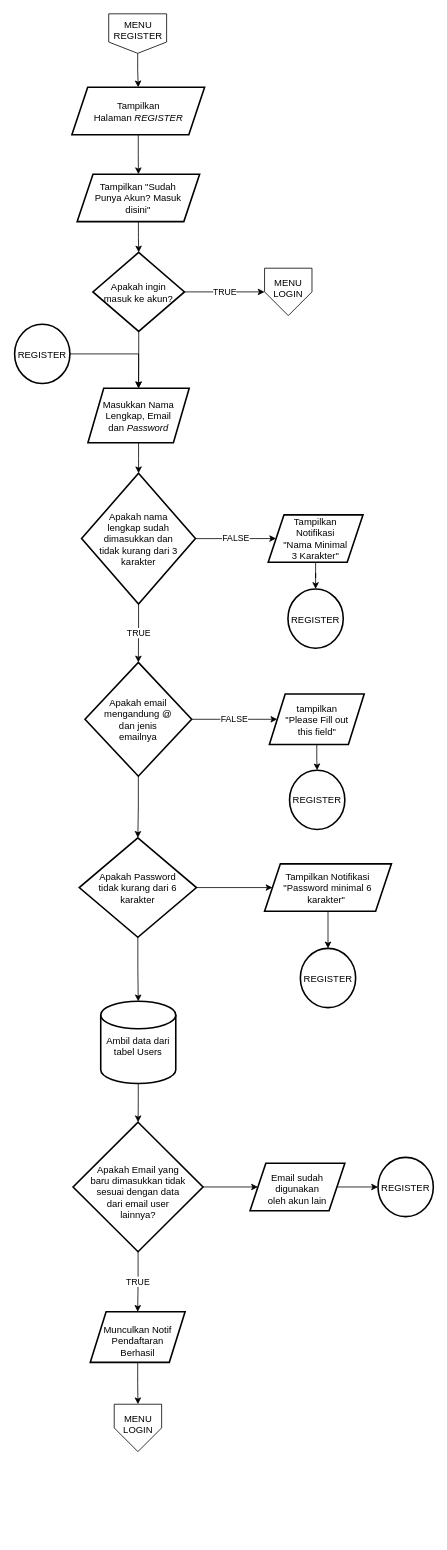
pangeranvalerensco-maker/STRUKTURA---SISTEM-MANAJEMEN-ORGANISASI-BERBASIS-ALUR-KEPUTUSAN keeps this draw.io diagram as page "MENU REGISTER" (3 of 11) of struktura.drawio. Above is the earlier version. Source tidied: cells renumbered, new cells numbered last; positions are measured from the earlier drawing's top-left corner, leaving out a move shared by most shapes. Both pictures are drawn from the tidied source at 79%, with x=0, y=0 at pixel (14, 13).
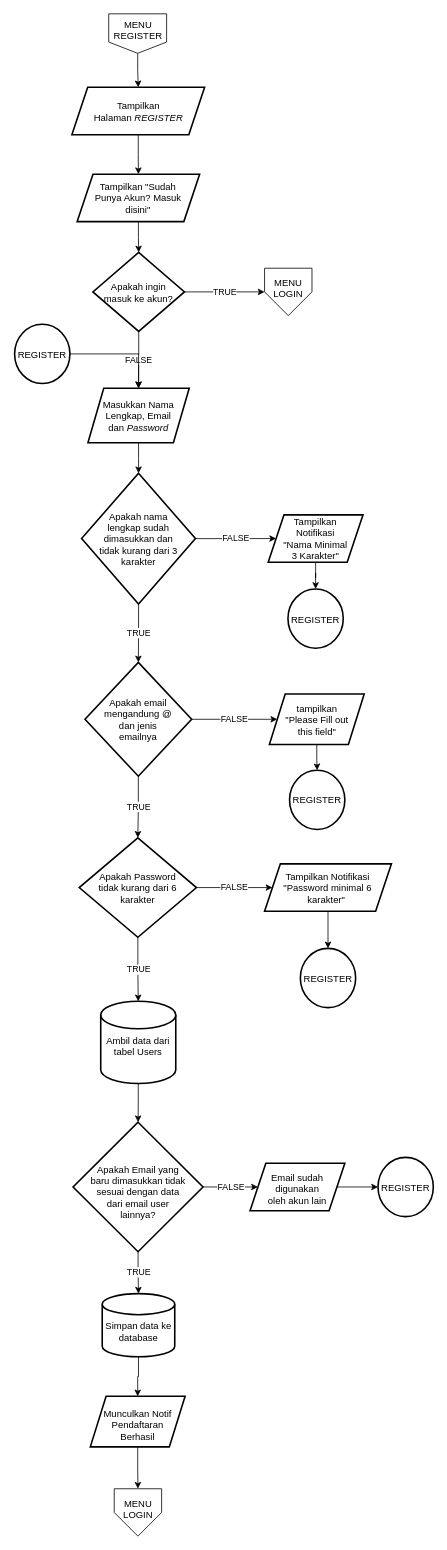
After the change.

The change refers to these unchanged cells:
```xml
<mxCell id="5" value="Masukkan Nama Lengkap, Email dan &lt;i&gt;Password&lt;/i&gt;" style="shape=parallelogram;perimeter=parallelogramPerimeter;whiteSpace=wrap;html=1;fixedSize=1;strokeWidth=2;spacingTop=2;spacing=15;" parent="1" vertex="1">
  <mxGeometry x="92.8" y="474" width="128.2" height="69" as="geometry" />
</mxCell>
<mxCell id="8" value="Apakah email mengandung @ dan jenis emailnya" style="rhombus;whiteSpace=wrap;html=1;strokeWidth=2;spacingTop=2;spacing=19;" parent="1" vertex="1">
  <mxGeometry x="89.1" y="821" width="135" height="144" as="geometry" />
</mxCell>
<mxCell id="12" value="Ambil data dari tabel Users" style="strokeWidth=2;html=1;shape=mxgraph.flowchart.database;whiteSpace=wrap;spacingTop=9;" parent="1" vertex="1">
  <mxGeometry x="109" y="1250" width="95" height="104" as="geometry" />
</mxCell>
<mxCell id="15" value="Apakah Email yang baru dimasukkan tidak sesuai dengan data dari email user lainnya?" style="rhombus;whiteSpace=wrap;html=1;strokeWidth=2;spacingTop=13;spacing=21;" parent="1" vertex="1">
  <mxGeometry x="74" y="1403" width="164.5" height="164" as="geometry" />
</mxCell>
<mxCell id="22" value="Apakah ingin masuk ke akun?" style="rhombus;whiteSpace=wrap;html=1;strokeWidth=2;spacingTop=2;spacing=15;" parent="1" vertex="1">
  <mxGeometry x="99.1" y="302" width="115.9" height="100" as="geometry" />
</mxCell>
<mxCell id="34" value="Apakah Password tidak kurang dari 6 karakter" style="rhombus;whiteSpace=wrap;html=1;strokeWidth=2;spacingTop=2;spacing=19;" parent="1" vertex="1">
  <mxGeometry x="81.8" y="1043" width="148.4" height="126" as="geometry" />
</mxCell>
<mxCell id="36" value="Tampilkan Notifikasi &quot;Password minimal 6 karakter&quot;&amp;nbsp;" style="shape=parallelogram;perimeter=parallelogramPerimeter;whiteSpace=wrap;html=1;fixedSize=1;strokeWidth=2;spacingTop=2;spacing=19;" parent="1" vertex="1">
  <mxGeometry x="316.4" y="1076" width="160.6" height="60" as="geometry" />
</mxCell>
<mxCell id="44" value="Email sudah digunakan oleh akun lain" style="shape=parallelogram;perimeter=parallelogramPerimeter;whiteSpace=wrap;html=1;fixedSize=1;strokeWidth=2;spacingTop=6;spacing=21;" parent="1" vertex="1">
  <mxGeometry x="298" y="1455" width="120" height="60" as="geometry" />
</mxCell>
```

What changed in the source:
```diff
@@
-    <mxCell id="7" style="edgeStyle=orthogonalEdgeStyle;rounded=0;jettySize=auto;html=1;" parent="1" edge="1" source="8" target="34">
+    <mxCell id="7" value="TRUE" style="edgeStyle=orthogonalEdgeStyle;rounded=0;jettySize=auto;html=1;" parent="1" edge="1" source="8" target="34">
       <mxGeometry relative="1" as="geometry" />
     </mxCell>
@@
+    <mxCell id="14" value="FALSE" style="edgeStyle=orthogonalEdgeStyle;rounded=0;jettySize=auto;html=1;" parent="1" edge="1" source="15" target="44">
+      <mxGeometry relative="1" as="geometry" />
+    </mxCell>
-    <mxCell id="13" value="TRUE" style="edgeStyle=orthogonalEdgeStyle;rounded=0;jettySize=auto;html=1;" parent="1" edge="1" source="15" target="17">
+    <mxCell id="13" value="TRUE" style="edgeStyle=orthogonalEdgeStyle;rounded=0;jettySize=auto;html=1;" parent="1" edge="1" source="15" target="46">
       <mxGeometry relative="1" as="geometry" />
     </mxCell>
-    <mxCell id="14" style="edgeStyle=orthogonalEdgeStyle;rounded=0;jettySize=auto;html=1;" parent="1" edge="1" source="15" target="44">
-      <mxGeometry relative="1" as="geometry" />
-    </mxCell>
@@
     <mxCell id="17" value="Munculkan Notif Pendaftaran Berhasil" style="shape=parallelogram;perimeter=parallelogramPerimeter;whiteSpace=wrap;html=1;fixedSize=1;strokeWidth=2;spacingTop=9;spacing=15;" parent="1" vertex="1">
-      <mxGeometry x="95.8" y="1643" width="120" height="64" as="geometry" />
+      <mxGeometry x="95.8" y="1750" width="120" height="64" as="geometry" />
     </mxCell>
@@
-    <mxCell id="21" style="edgeStyle=orthogonalEdgeStyle;rounded=0;jettySize=auto;html=1;" parent="1" edge="1" source="22" target="5">
+    <mxCell id="21" value="FALSE" style="edgeStyle=orthogonalEdgeStyle;rounded=0;jettySize=auto;html=1;" parent="1" edge="1" source="22" target="5">
       <mxGeometry relative="1" as="geometry" />
     </mxCell>
@@
-    <mxCell id="32" style="edgeStyle=orthogonalEdgeStyle;rounded=0;jettySize=auto;html=1;" parent="1" edge="1" source="34" target="36">
+    <mxCell id="32" value="FALSE" style="edgeStyle=orthogonalEdgeStyle;rounded=0;jettySize=auto;html=1;" parent="1" edge="1" source="34" target="36">
       <mxGeometry relative="1" as="geometry" />
     </mxCell>
-    <mxCell id="33" style="edgeStyle=orthogonalEdgeStyle;rounded=0;jettySize=auto;html=1;" parent="1" edge="1" source="34" target="12">
+    <mxCell id="33" value="TRUE" style="edgeStyle=orthogonalEdgeStyle;rounded=0;jettySize=auto;html=1;" parent="1" edge="1" source="34" target="12">
       <mxGeometry relative="1" as="geometry" />
     </mxCell>
@@
     <mxCell id="42" value="MENU&lt;br&gt;LOGIN" style="verticalLabelPosition=bottom;verticalAlign=top;html=1;shape=offPageConnector;rounded=0;size=0.5;spacingTop=-55;" parent="1" vertex="1">
-      <mxGeometry x="126.1" y="1760" width="60" height="60" as="geometry" />
+      <mxGeometry x="126.1" y="1867" width="60" height="60" as="geometry" />
     </mxCell>
@@
+    <mxCell id="45" style="edgeStyle=orthogonalEdgeStyle;rounded=0;jettySize=auto;html=1;" parent="1" edge="1" source="46" target="17">
+      <mxGeometry relative="1" as="geometry" />
+    </mxCell>
+    <mxCell id="46" value="Simpan data ke database" style="strokeWidth=2;html=1;shape=mxgraph.flowchart.database;whiteSpace=wrap;spacingTop=15;" parent="1" vertex="1">
+      <mxGeometry x="110.9" y="1620" width="91.8" height="80" as="geometry" />
+    </mxCell>
```
